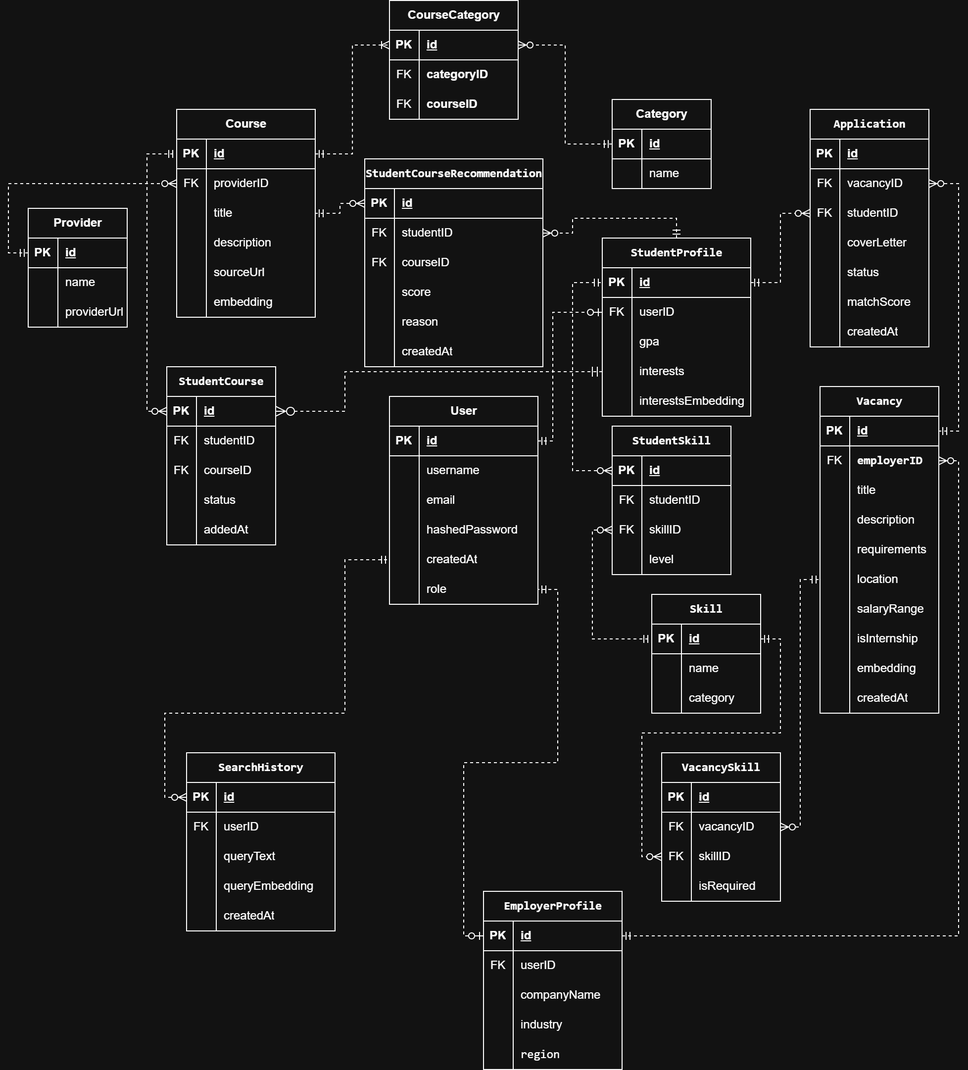
This is ER diagram/kumentor.drawio.png from Bu88lleGum/ku-mentor, a draw.io export, as it was before one commit. Source tidied: cells renumbered, new cells last; positions are measured from the earlier drawing's top-left corner, leaving out a move shared by most shapes.
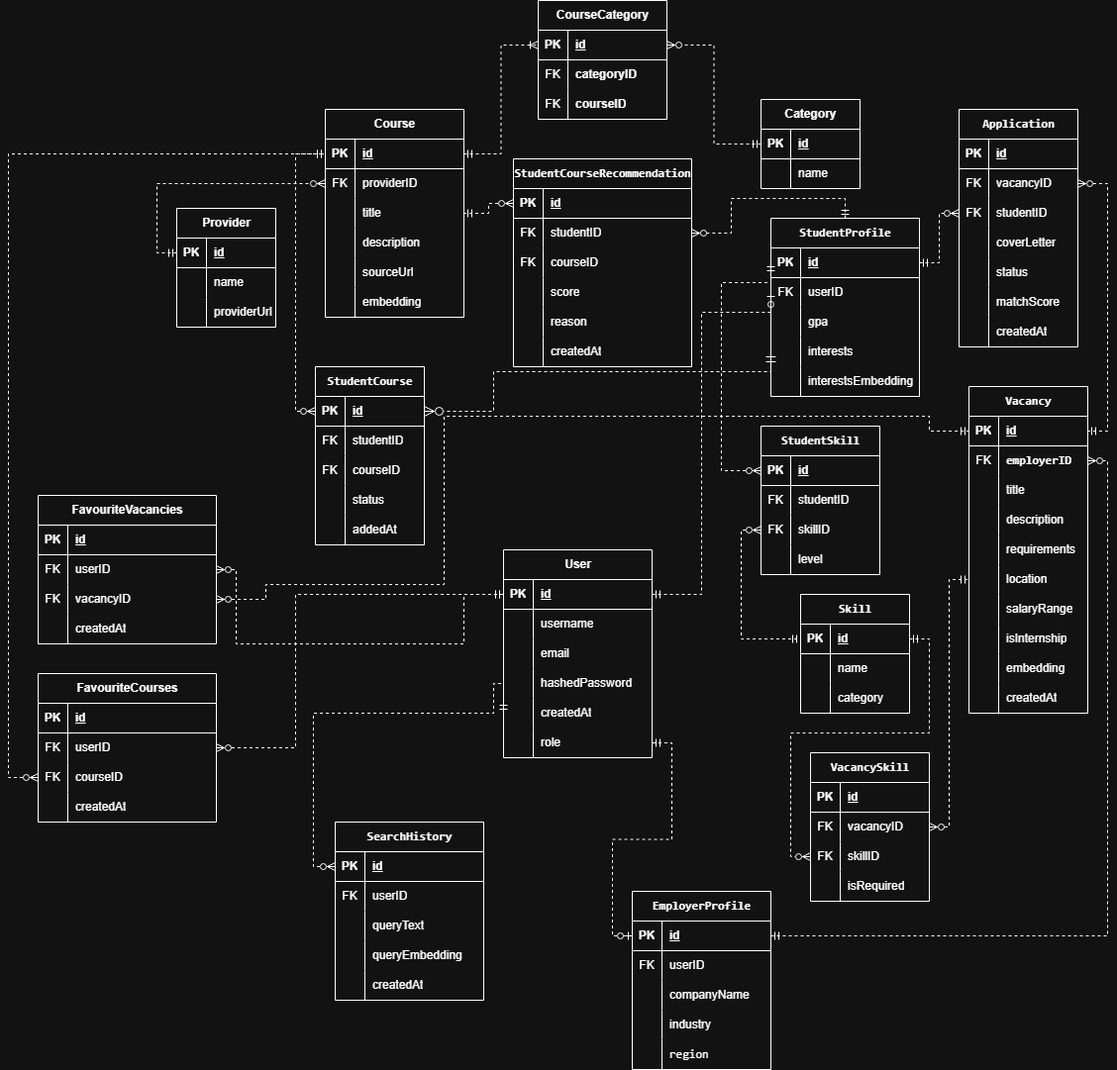
The same diagram one commit later.

Commit message:
docs: update ER diagram with favorites tables

The edit, as a diff of the source:
```diff
@@ -81,7 +81,7 @@
       <mxGeometry x="30" width="70" height="30" as="geometry" />
     </mxCell>
     <mxCell id="28" value="User" style="shape=table;startSize=30;rowLines=0;fontStyle=1;align=center;html=1;" parent="1" vertex="1">
-      <mxGeometry x="365" y="400" width="150" height="210" as="geometry" />
+      <mxGeometry x="330" y="555" width="150" height="210" as="geometry" />
     </mxCell>
     <mxCell id="29" style="shape=tableRow;horizontal=0;startSize=0;swimlaneHead=0;swimlaneBody=0;fillColor=none;points=[[0,0.5],[1,0.5]];portConstraint=eastwest;top=0;left=0;right=0;bottom=1;" parent="28" vertex="1">
       <mxGeometry y="30" width="150" height="30" as="geometry" />
@@ -210,7 +210,7 @@
       <mxGeometry relative="1" as="geometry" />
     </mxCell>
     <mxCell id="71" value="&lt;code&gt;StudentProfile&lt;/code&gt;" style="shape=table;startSize=30;rowLines=0;fontStyle=1;align=center;html=1;" parent="1" vertex="1">
-      <mxGeometry x="580" y="240" width="150" height="180" as="geometry" />
+      <mxGeometry x="600" y="220" width="150" height="180" as="geometry" />
     </mxCell>
     <mxCell id="72" style="shape=tableRow;horizontal=0;startSize=0;swimlaneHead=0;swimlaneBody=0;fillColor=none;points=[[0,0.5],[1,0.5]];portConstraint=eastwest;top=0;left=0;right=0;bottom=1;" parent="71" vertex="1">
       <mxGeometry y="30" width="150" height="30" as="geometry" />
@@ -260,7 +260,7 @@
     <mxCell id="87" style="edgeStyle=orthogonalEdgeStyle;rounded=0;jettySize=auto;html=1;exitX=1;exitY=0.5;exitDx=0;exitDy=0;entryX=0;entryY=0.5;entryDx=0;entryDy=0;dashed=1;startArrow=ERmandOne;startFill=0;endArrow=ERzeroToOne;endFill=0;" parent="1" edge="1" source="29" target="75">
       <mxGeometry relative="1" as="geometry">
         <Array as="points">
-          <mxPoint x="530" y="445" />
+          <mxPoint x="530" y="600" />
           <mxPoint x="530" y="315" />
         </Array>
       </mxGeometry>
@@ -476,7 +476,7 @@
       <mxGeometry x="30" width="90" height="30" as="geometry" />
     </mxCell>
     <mxCell id="158" value="&lt;code&gt;SearchHistory&lt;/code&gt;" style="shape=table;startSize=30;rowLines=0;fontStyle=1;align=center;html=1;" parent="1" vertex="1">
-      <mxGeometry x="160" y="760" width="150" height="180" as="geometry" />
+      <mxGeometry x="160" y="830" width="150" height="180" as="geometry" />
     </mxCell>
     <mxCell id="159" style="shape=tableRow;horizontal=0;startSize=0;swimlaneHead=0;swimlaneBody=0;fillColor=none;points=[[0,0.5],[1,0.5]];portConstraint=eastwest;top=0;left=0;right=0;bottom=1;" parent="158" vertex="1">
       <mxGeometry y="30" width="150" height="30" as="geometry" />
@@ -526,10 +526,10 @@
     <mxCell id="174" style="edgeStyle=orthogonalEdgeStyle;rounded=0;jettySize=auto;html=1;entryX=0;entryY=0.5;entryDx=0;entryDy=0;endArrow=ERmandOne;endFill=0;startArrow=ERzeroToMany;startFill=0;dashed=1;exitX=0;exitY=0.5;exitDx=0;exitDy=0;" parent="1" edge="1" source="159" target="41">
       <mxGeometry relative="1" as="geometry">
         <Array as="points">
-          <mxPoint x="138" y="805" />
+          <mxPoint x="138" y="875" />
           <mxPoint x="138" y="720" />
           <mxPoint x="320" y="720" />
-          <mxPoint x="320" y="565" />
+          <mxPoint x="320" y="690" />
         </Array>
       </mxGeometry>
     </mxCell>
@@ -803,5 +803,121 @@
         </Array>
       </mxGeometry>
     </mxCell>
+    <mxCell id="256" value="FavouriteVacancies" style="shape=table;startSize=30;rowLines=0;fontStyle=1;align=center;html=1;" parent="1" vertex="1">
+      <mxGeometry x="-140" y="500" width="180" height="150" as="geometry" />
+    </mxCell>
+    <mxCell id="257" style="shape=tableRow;horizontal=0;startSize=0;swimlaneHead=0;swimlaneBody=0;fillColor=none;top=0;left=0;right=0;bottom=1;" parent="256" vertex="1">
+      <mxGeometry y="30" width="180" height="30" as="geometry" />
+    </mxCell>
+    <mxCell id="258" value="PK" style="shape=partialRectangle;fillColor=none;top=0;left=0;bottom=0;right=0;fontStyle=1;overflow=hidden;whiteSpace=wrap;html=1;" parent="257" vertex="1">
+      <mxGeometry width="30" height="30" as="geometry" />
+    </mxCell>
+    <mxCell id="259" value="id" style="shape=partialRectangle;fillColor=none;top=0;left=0;bottom=0;right=0;align=left;spacingLeft=6;fontStyle=5;overflow=hidden;whiteSpace=wrap;html=1;" parent="257" vertex="1">
+      <mxGeometry x="30" width="150" height="30" as="geometry" />
+    </mxCell>
+    <mxCell id="260" style="shape=tableRow;horizontal=0;startSize=0;swimlaneHead=0;swimlaneBody=0;fillColor=none;points=[[0,0.5],[1,0.5]];portConstraint=eastwest;top=0;left=0;right=0;bottom=0;" parent="256" vertex="1">
+      <mxGeometry y="60" width="180" height="30" as="geometry" />
+    </mxCell>
+    <mxCell id="261" value="FK" style="shape=partialRectangle;fillColor=none;top=0;left=0;bottom=0;right=0;overflow=hidden;whiteSpace=wrap;html=1;" parent="260" vertex="1">
+      <mxGeometry width="30" height="30" as="geometry" />
+    </mxCell>
+    <mxCell id="262" value="userID" style="shape=partialRectangle;fillColor=none;top=0;left=0;bottom=0;right=0;align=left;spacingLeft=6;overflow=hidden;whiteSpace=wrap;html=1;" parent="260" vertex="1">
+      <mxGeometry x="30" width="150" height="30" as="geometry" />
+    </mxCell>
+    <mxCell id="263" style="shape=tableRow;horizontal=0;startSize=0;swimlaneHead=0;swimlaneBody=0;fillColor=none;points=[[0,0.5],[1,0.5]];portConstraint=eastwest;top=0;left=0;right=0;bottom=0;" parent="256" vertex="1">
+      <mxGeometry y="90" width="180" height="30" as="geometry" />
+    </mxCell>
+    <mxCell id="264" value="FK" style="shape=partialRectangle;fillColor=none;top=0;left=0;bottom=0;right=0;overflow=hidden;whiteSpace=wrap;html=1;" parent="263" vertex="1">
+      <mxGeometry width="30" height="30" as="geometry" />
+    </mxCell>
+    <mxCell id="265" value="vacancyID" style="shape=partialRectangle;fillColor=none;top=0;left=0;bottom=0;right=0;align=left;spacingLeft=6;overflow=hidden;whiteSpace=wrap;html=1;" parent="263" vertex="1">
+      <mxGeometry x="30" width="150" height="30" as="geometry" />
+    </mxCell>
+    <mxCell id="266" style="shape=tableRow;horizontal=0;startSize=0;swimlaneHead=0;swimlaneBody=0;fillColor=none;top=0;left=0;right=0;bottom=0;" parent="256" vertex="1">
+      <mxGeometry y="120" width="180" height="30" as="geometry" />
+    </mxCell>
+    <mxCell id="267" style="shape=partialRectangle;fillColor=none;top=0;left=0;bottom=0;right=0;overflow=hidden;whiteSpace=wrap;html=1;" parent="266" vertex="1">
+      <mxGeometry width="30" height="30" as="geometry" />
+    </mxCell>
+    <mxCell id="268" value="createdAt" style="shape=partialRectangle;fillColor=none;top=0;left=0;bottom=0;right=0;align=left;spacingLeft=6;overflow=hidden;whiteSpace=wrap;html=1;" parent="266" vertex="1">
+      <mxGeometry x="30" width="150" height="30" as="geometry" />
+    </mxCell>
+    <mxCell id="269" value="FavouriteCourses" style="shape=table;startSize=30;rowLines=0;fontStyle=1;align=center;html=1;" parent="1" vertex="1">
+      <mxGeometry x="-140" y="680" width="180" height="150" as="geometry" />
+    </mxCell>
+    <mxCell id="270" style="shape=tableRow;horizontal=0;startSize=0;swimlaneHead=0;swimlaneBody=0;fillColor=none;top=0;left=0;right=0;bottom=1;" parent="269" vertex="1">
+      <mxGeometry y="30" width="180" height="30" as="geometry" />
+    </mxCell>
+    <mxCell id="271" value="PK" style="shape=partialRectangle;fillColor=none;top=0;left=0;bottom=0;right=0;fontStyle=1;overflow=hidden;whiteSpace=wrap;html=1;" parent="270" vertex="1">
+      <mxGeometry width="30" height="30" as="geometry" />
+    </mxCell>
+    <mxCell id="272" value="id" style="shape=partialRectangle;fillColor=none;top=0;left=0;bottom=0;right=0;align=left;spacingLeft=6;fontStyle=5;overflow=hidden;whiteSpace=wrap;html=1;" parent="270" vertex="1">
+      <mxGeometry x="30" width="150" height="30" as="geometry" />
+    </mxCell>
+    <mxCell id="273" style="shape=tableRow;horizontal=0;startSize=0;swimlaneHead=0;swimlaneBody=0;fillColor=none;points=[[0,0.5],[1,0.5]];portConstraint=eastwest;top=0;left=0;right=0;bottom=0;" parent="269" vertex="1">
+      <mxGeometry y="60" width="180" height="30" as="geometry" />
+    </mxCell>
+    <mxCell id="274" value="FK" style="shape=partialRectangle;fillColor=none;top=0;left=0;bottom=0;right=0;overflow=hidden;whiteSpace=wrap;html=1;" parent="273" vertex="1">
+      <mxGeometry width="30" height="30" as="geometry" />
+    </mxCell>
+    <mxCell id="275" value="userID" style="shape=partialRectangle;fillColor=none;top=0;left=0;bottom=0;right=0;align=left;spacingLeft=6;overflow=hidden;whiteSpace=wrap;html=1;" parent="273" vertex="1">
+      <mxGeometry x="30" width="150" height="30" as="geometry" />
+    </mxCell>
+    <mxCell id="276" style="shape=tableRow;horizontal=0;startSize=0;swimlaneHead=0;swimlaneBody=0;fillColor=none;points=[[0,0.5],[1,0.5]];portConstraint=eastwest;top=0;left=0;right=0;bottom=0;" parent="269" vertex="1">
+      <mxGeometry y="90" width="180" height="30" as="geometry" />
+    </mxCell>
+    <mxCell id="277" value="FK" style="shape=partialRectangle;fillColor=none;top=0;left=0;bottom=0;right=0;overflow=hidden;whiteSpace=wrap;html=1;" parent="276" vertex="1">
+      <mxGeometry width="30" height="30" as="geometry" />
+    </mxCell>
+    <mxCell id="278" value="courseID" style="shape=partialRectangle;fillColor=none;top=0;left=0;bottom=0;right=0;align=left;spacingLeft=6;overflow=hidden;whiteSpace=wrap;html=1;" parent="276" vertex="1">
+      <mxGeometry x="30" width="150" height="30" as="geometry" />
+    </mxCell>
+    <mxCell id="279" style="shape=tableRow;horizontal=0;startSize=0;swimlaneHead=0;swimlaneBody=0;fillColor=none;top=0;left=0;right=0;bottom=0;" parent="269" vertex="1">
+      <mxGeometry y="120" width="180" height="30" as="geometry" />
+    </mxCell>
+    <mxCell id="280" style="shape=partialRectangle;fillColor=none;top=0;left=0;bottom=0;right=0;overflow=hidden;whiteSpace=wrap;html=1;" parent="279" vertex="1">
+      <mxGeometry width="30" height="30" as="geometry" />
+    </mxCell>
+    <mxCell id="281" value="createdAt" style="shape=partialRectangle;fillColor=none;top=0;left=0;bottom=0;right=0;align=left;spacingLeft=6;overflow=hidden;whiteSpace=wrap;html=1;" parent="279" vertex="1">
+      <mxGeometry x="30" width="150" height="30" as="geometry" />
+    </mxCell>
+    <mxCell id="282" style="edgeStyle=orthogonalEdgeStyle;fontSize=12;html=1;endArrow=ERmandOne;endFill=0;rounded=0;exitX=1;exitY=0.5;exitDx=0;exitDy=0;entryX=0;entryY=0.5;entryDx=0;entryDy=0;dashed=1;startArrow=ERzeroToMany;startFill=0;" parent="1" edge="1" source="260" target="29">
+      <mxGeometry relative="1" as="geometry">
+        <Array as="points">
+          <mxPoint x="60" y="575" />
+          <mxPoint x="60" y="650" />
+          <mxPoint x="290" y="650" />
+          <mxPoint x="290" y="600" />
+        </Array>
+      </mxGeometry>
+    </mxCell>
+    <mxCell id="283" style="edgeStyle=orthogonalEdgeStyle;fontSize=12;html=1;endArrow=ERmandOne;endFill=0;rounded=0;exitX=1;exitY=0.5;exitDx=0;exitDy=0;entryX=0;entryY=0.5;entryDx=0;entryDy=0;dashed=1;startArrow=ERzeroToMany;startFill=0;" parent="1" edge="1" source="263" target="106">
+      <mxGeometry relative="1" as="geometry">
+        <Array as="points">
+          <mxPoint x="90" y="605" />
+          <mxPoint x="90" y="590" />
+          <mxPoint x="270" y="590" />
+          <mxPoint x="270" y="420" />
+          <mxPoint x="760" y="420" />
+          <mxPoint x="760" y="435" />
+        </Array>
+      </mxGeometry>
+    </mxCell>
+    <mxCell id="284" style="edgeStyle=orthogonalEdgeStyle;fontSize=12;html=1;endArrow=ERmandOne;endFill=0;rounded=0;exitX=1;exitY=0.5;exitDx=0;exitDy=0;entryX=0;entryY=0.5;entryDx=0;entryDy=0;startArrow=ERzeroToMany;startFill=0;dashed=1;" parent="1" edge="1" source="273" target="29">
+      <mxGeometry relative="1" as="geometry">
+        <Array as="points">
+          <mxPoint x="120" y="755" />
+          <mxPoint x="120" y="600" />
+        </Array>
+      </mxGeometry>
+    </mxCell>
+    <mxCell id="285" style="edgeStyle=orthogonalEdgeStyle;fontSize=12;html=1;endArrow=ERmandOne;endFill=0;rounded=0;exitX=0;exitY=0.5;exitDx=0;exitDy=0;entryX=0;entryY=0.5;entryDx=0;entryDy=0;dashed=1;startArrow=ERzeroToMany;startFill=0;" parent="1" edge="1" source="276" target="3">
+      <mxGeometry relative="1" as="geometry">
+        <Array as="points">
+          <mxPoint x="-170" y="785" />
+          <mxPoint x="-170" y="155" />
+        </Array>
+      </mxGeometry>
+    </mxCell>
   </root>
 </mxGraphModel>
```
